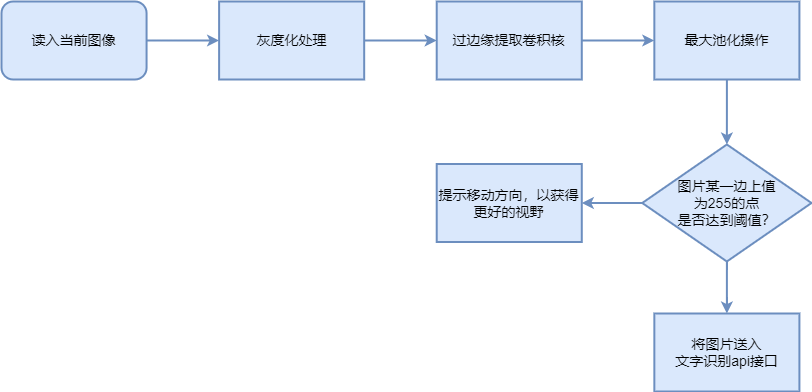
Before: Pictures/提示图书移动.png, a diagram exported from draw.io (Lelucermaire111/Intelligent-blind-assistance-system). Source tidied: cells renumbered, new cells last; positions are measured from the earlier drawing's top-left corner, leaving out a move shared by most shapes.
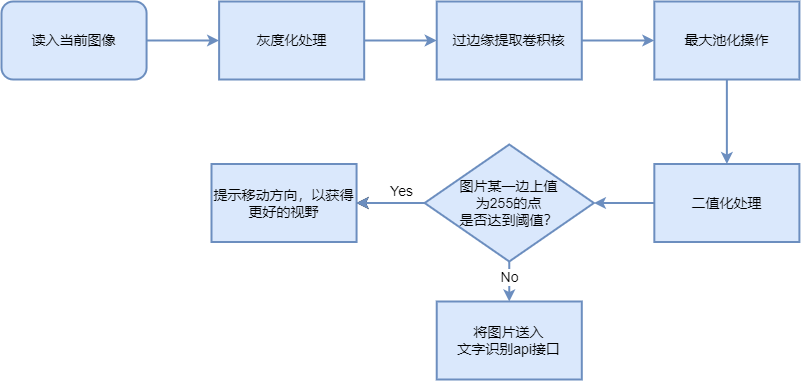
Later version of the same file.

Commit message:
更新提示图书移动.png

What changed in the source:
```diff
@@ -20,29 +20,44 @@
     <mxCell id="7" style="edgeStyle=orthogonalEdgeStyle;rounded=0;jettySize=auto;html=1;fontSize=14;fillColor=#dae8fc;strokeColor=#6c8ebf;strokeWidth=2;" parent="2" edge="1" source="4" target="6">
       <mxGeometry relative="1" as="geometry" />
     </mxCell>
+    <mxCell id="16" style="edgeStyle=orthogonalEdgeStyle;rounded=0;jettySize=auto;html=1;fontSize=14;strokeWidth=2;fillColor=#dae8fc;strokeColor=#6c8ebf;" parent="2" edge="1" source="8" target="20">
+      <mxGeometry relative="1" as="geometry" />
+    </mxCell>
     <mxCell id="8" value="最大池化操作" style="rounded=0;whiteSpace=wrap;html=1;fontSize=14;fillColor=#dae8fc;strokeColor=#6c8ebf;strokeWidth=2;" parent="2" vertex="1">
       <mxGeometry x="652.8" width="145.1" height="78" as="geometry" />
     </mxCell>
     <mxCell id="9" style="edgeStyle=orthogonalEdgeStyle;rounded=0;jettySize=auto;html=1;fontSize=14;fillColor=#dae8fc;strokeColor=#6c8ebf;strokeWidth=2;" parent="2" edge="1" source="6" target="8">
       <mxGeometry relative="1" as="geometry" />
     </mxCell>
+    <mxCell id="17" style="edgeStyle=orthogonalEdgeStyle;rounded=0;jettySize=auto;html=1;fontSize=14;strokeWidth=2;" parent="2" edge="1" source="10" target="12">
+      <mxGeometry relative="1" as="geometry" />
+    </mxCell>
     <mxCell id="10" value="&lt;span style=&quot;font-size: 14px&quot;&gt;图片某一边上值&lt;br style=&quot;font-size: 14px&quot;&gt;为255的点&lt;br&gt;是否达到阈值？&lt;/span&gt;" style="rhombus;whiteSpace=wrap;html=1;fontSize=14;fillColor=#dae8fc;strokeColor=#6c8ebf;strokeWidth=2;" parent="2" vertex="1">
-      <mxGeometry x="640.7" y="143" width="169.3" height="117" as="geometry" />
+      <mxGeometry x="423.1" y="143" width="169.3" height="117" as="geometry" />
     </mxCell>
-    <mxCell id="11" style="edgeStyle=orthogonalEdgeStyle;rounded=0;jettySize=auto;html=1;entryX=0.5;entryY=0;entryDx=0;entryDy=0;fontSize=14;fillColor=#dae8fc;strokeColor=#6c8ebf;strokeWidth=2;" parent="2" edge="1" source="8" target="10">
-      <mxGeometry relative="1" as="geometry" />
-    </mxCell>
     <mxCell id="12" value="提示移动方向，以获得更好的视野" style="rounded=0;whiteSpace=wrap;html=1;fontSize=14;fillColor=#dae8fc;strokeColor=#6c8ebf;strokeWidth=2;" parent="2" vertex="1">
-      <mxGeometry x="435.2" y="162.5" width="145.1" height="78" as="geometry" />
+      <mxGeometry x="210" y="162.5" width="145.1" height="78" as="geometry" />
     </mxCell>
     <mxCell id="13" style="edgeStyle=orthogonalEdgeStyle;rounded=0;jettySize=auto;html=1;fontSize=14;fillColor=#dae8fc;strokeColor=#6c8ebf;strokeWidth=2;" parent="2" edge="1" source="10" target="12">
       <mxGeometry relative="1" as="geometry" />
     </mxCell>
     <mxCell id="14" value="将图片送入&lt;br style=&quot;font-size: 14px;&quot;&gt;文字识别api接口" style="rounded=0;whiteSpace=wrap;html=1;fontSize=14;fillColor=#dae8fc;strokeColor=#6c8ebf;strokeWidth=2;" parent="2" vertex="1">
-      <mxGeometry x="652.8" y="312" width="145.1" height="78" as="geometry" />
+      <mxGeometry x="435.2" y="300" width="145.1" height="78" as="geometry" />
     </mxCell>
     <mxCell id="15" style="edgeStyle=orthogonalEdgeStyle;rounded=0;jettySize=auto;html=1;fontSize=14;fillColor=#dae8fc;strokeColor=#6c8ebf;strokeWidth=2;" parent="2" edge="1" source="10" target="14">
       <mxGeometry relative="1" as="geometry" />
     </mxCell>
+    <mxCell id="18" value="No" style="edgeLabel;html=1;align=center;verticalAlign=middle;fontSize=14;" parent="15" vertex="1">
+      <mxGeometry x="-0.25" relative="1" as="geometry" />
+    </mxCell>
+    <mxCell id="19" style="edgeStyle=orthogonalEdgeStyle;rounded=0;jettySize=auto;html=1;fontSize=14;strokeWidth=2;fillColor=#dae8fc;strokeColor=#6c8ebf;" parent="2" edge="1" source="20" target="10">
+      <mxGeometry relative="1" as="geometry" />
+    </mxCell>
+    <mxCell id="20" value="二值化处理" style="rounded=0;whiteSpace=wrap;html=1;fontSize=14;fillColor=#dae8fc;strokeColor=#6c8ebf;strokeWidth=2;" parent="2" vertex="1">
+      <mxGeometry x="652.8" y="162.5" width="145.1" height="78" as="geometry" />
+    </mxCell>
+    <mxCell id="21" value="Yes" style="text;html=1;align=center;verticalAlign=middle;strokeColor=none;fillColor=none;fontSize=14;" parent="1" vertex="1">
+      <mxGeometry x="380" y="180" width="40" height="20" as="geometry" />
+    </mxCell>
   </root>
 </mxGraphModel>
```
